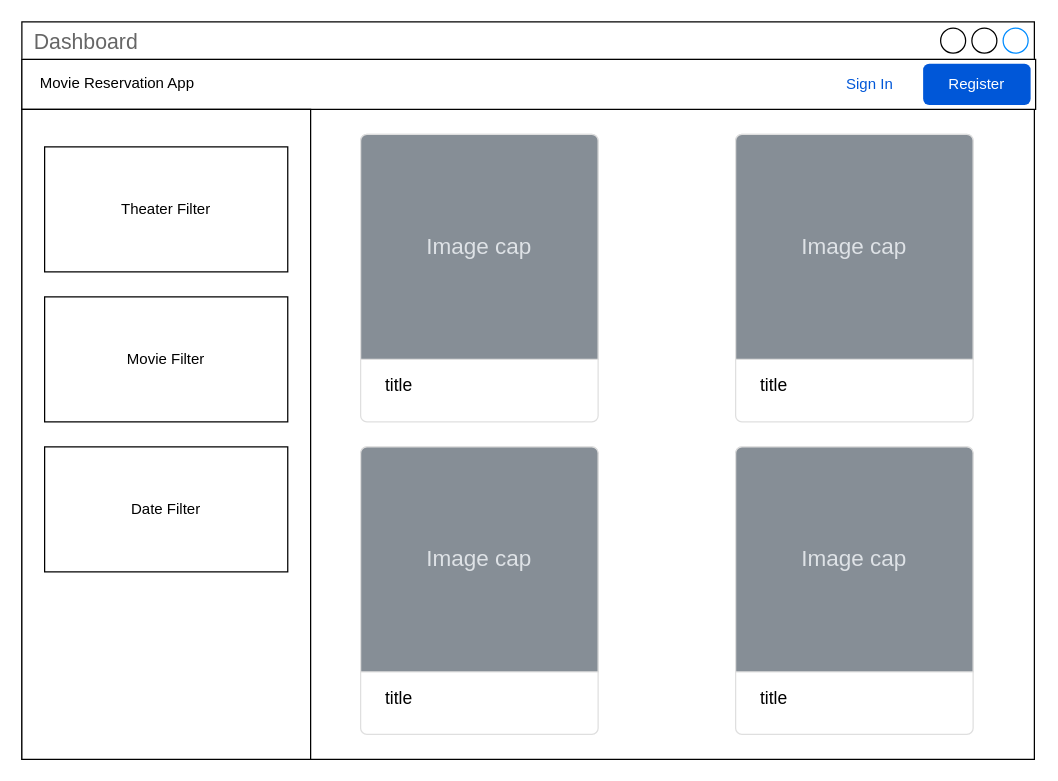
Above: page "dashboard" (3 of 5) of docs/wireframe.drawio in jdelreyes/movie-reservation-angular (draw.io), before the change. Source tidied: cells renumbered, new cells numbered last; positions are measured from the earlier drawing's top-left corner, leaving out a move shared by most shapes. Both pictures are drawn from the tidied source at 125%, with x=0, y=0 at pixel (21, 21).
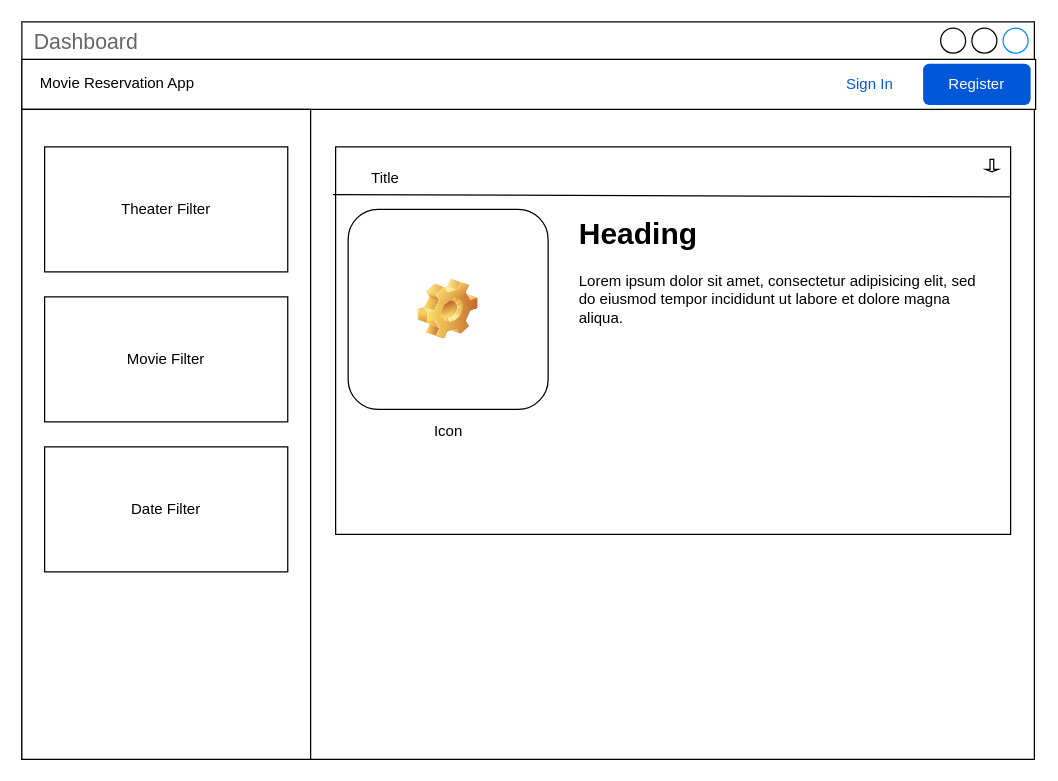
Above is the later version.

Change to the diagram source:
```diff
@@
 <mxGraphModel>
   <root>
     <mxCell id="0" />
     <mxCell id="1" parent="0" />
     <mxCell id="2" value="Dashboard" style="strokeWidth=1;shadow=0;dashed=0;align=center;html=1;shape=mxgraph.mockup.containers.window;align=left;verticalAlign=top;spacingLeft=8;strokeColor2=#008cff;strokeColor3=#c4c4c4;fontColor=#666666;mainText=;fontSize=17;labelBackgroundColor=none;whiteSpace=wrap;" parent="1" vertex="1">
       <mxGeometry width="810" height="590" as="geometry" />
     </mxCell>
     <mxCell id="3" style="rounded=0;whiteSpace=wrap;html=1;" parent="1" vertex="1">
       <mxGeometry y="30" width="811" height="40" as="geometry" />
     </mxCell>
     <mxCell id="4" value="Register" style="rounded=1;fillColor=#0057D8;strokeColor=none;html=1;whiteSpace=wrap;fontColor=#ffffff;align=center;verticalAlign=middle;fontStyle=0;fontSize=12;sketch=0;" parent="1" vertex="1">
       <mxGeometry x="721" y="33.5" width="86" height="33" as="geometry" />
     </mxCell>
     <mxCell id="5" value="Sign In" style="fillColor=none;strokeColor=none;html=1;fontColor=#0057D8;align=center;verticalAlign=middle;fontStyle=0;fontSize=12;" parent="1" vertex="1">
       <mxGeometry x="635" y="33.5" width="86" height="33" as="geometry" />
     </mxCell>
     <mxCell id="6" value="Movie Reservation App" style="text;html=1;align=center;verticalAlign=middle;whiteSpace=wrap;rounded=0;" parent="1" vertex="1">
       <mxGeometry x="11" y="33.5" width="131" height="30" as="geometry" />
     </mxCell>
     <mxCell id="7" style="rounded=0;whiteSpace=wrap;html=1;" parent="1" vertex="1">
       <mxGeometry y="70" width="231" height="520" as="geometry" />
     </mxCell>
     <mxCell id="8" value="Theater Filter" style="rounded=0;whiteSpace=wrap;html=1;" parent="1" vertex="1">
       <mxGeometry x="18.2" y="100" width="194.5" height="100" as="geometry" />
     </mxCell>
     <mxCell id="9" value="Movie Filter" style="rounded=0;whiteSpace=wrap;html=1;" parent="1" vertex="1">
       <mxGeometry x="18.2" y="220" width="194.5" height="100" as="geometry" />
     </mxCell>
     <mxCell id="10" value="Date Filter" style="rounded=0;whiteSpace=wrap;html=1;" parent="1" vertex="1">
       <mxGeometry x="18.2" y="340" width="194.5" height="100" as="geometry" />
     </mxCell>
-    <mxCell id="11" value="title" style="html=1;shadow=0;dashed=0;shape=mxgraph.bootstrap.rrect;rSize=5;strokeColor=#DFDFDF;html=1;whiteSpace=wrap;fillColor=#ffffff;fontColor=#000000;verticalAlign=bottom;align=left;spacing=20;fontSize=14;" parent="1" vertex="1">
-      <mxGeometry x="271" y="90" width="190" height="230" as="geometry" />
-    </mxCell>
-    <mxCell id="12" value="Image cap" style="html=1;shadow=0;dashed=0;shape=mxgraph.bootstrap.topButton;rSize=5;perimeter=none;whiteSpace=wrap;fillColor=#868E96;strokeColor=#DFDFDF;fontColor=#DEE2E6;fontSize=18;" parent="11" vertex="1">
-      <mxGeometry width="190" height="180" relative="1" as="geometry" />
-    </mxCell>
-    <mxCell id="13" value="title" style="html=1;shadow=0;dashed=0;shape=mxgraph.bootstrap.rrect;rSize=5;strokeColor=#DFDFDF;html=1;whiteSpace=wrap;fillColor=#ffffff;fontColor=#000000;verticalAlign=bottom;align=left;spacing=20;fontSize=14;" parent="1" vertex="1">
-      <mxGeometry x="571" y="90" width="190" height="230" as="geometry" />
-    </mxCell>
-    <mxCell id="14" value="Image cap" style="html=1;shadow=0;dashed=0;shape=mxgraph.bootstrap.topButton;rSize=5;perimeter=none;whiteSpace=wrap;fillColor=#868E96;strokeColor=#DFDFDF;fontColor=#DEE2E6;fontSize=18;" parent="13" vertex="1">
-      <mxGeometry width="190" height="180" relative="1" as="geometry" />
-    </mxCell>
-    <mxCell id="15" value="title" style="html=1;shadow=0;dashed=0;shape=mxgraph.bootstrap.rrect;rSize=5;strokeColor=#DFDFDF;html=1;whiteSpace=wrap;fillColor=#ffffff;fontColor=#000000;verticalAlign=bottom;align=left;spacing=20;fontSize=14;" parent="1" vertex="1">
-      <mxGeometry x="271" y="340" width="190" height="230" as="geometry" />
-    </mxCell>
-    <mxCell id="16" value="Image cap" style="html=1;shadow=0;dashed=0;shape=mxgraph.bootstrap.topButton;rSize=5;perimeter=none;whiteSpace=wrap;fillColor=#868E96;strokeColor=#DFDFDF;fontColor=#DEE2E6;fontSize=18;" parent="15" vertex="1">
-      <mxGeometry width="190" height="180" relative="1" as="geometry" />
-    </mxCell>
-    <mxCell id="17" value="title" style="html=1;shadow=0;dashed=0;shape=mxgraph.bootstrap.rrect;rSize=5;strokeColor=#DFDFDF;html=1;whiteSpace=wrap;fillColor=#ffffff;fontColor=#000000;verticalAlign=bottom;align=left;spacing=20;fontSize=14;" parent="1" vertex="1">
-      <mxGeometry x="571" y="340" width="190" height="230" as="geometry" />
-    </mxCell>
-    <mxCell id="18" value="Image cap" style="html=1;shadow=0;dashed=0;shape=mxgraph.bootstrap.topButton;rSize=5;perimeter=none;whiteSpace=wrap;fillColor=#868E96;strokeColor=#DFDFDF;fontColor=#DEE2E6;fontSize=18;" parent="17" vertex="1">
-      <mxGeometry width="190" height="180" relative="1" as="geometry" />
-    </mxCell>
+    <mxCell id="19" style="rounded=0;whiteSpace=wrap;html=1;" parent="1" vertex="1">
+      <mxGeometry x="251" y="100" width="540" height="310" as="geometry" />
+    </mxCell>
+    <mxCell id="20" style="shape=singleArrow;direction=south;whiteSpace=wrap;html=1;" parent="1" vertex="1">
+      <mxGeometry x="771" y="110" width="10" height="10" as="geometry" />
+    </mxCell>
+    <mxCell id="21" value="Icon" style="icon;html=1;image=img/clipart/Gear_128x128.png;" parent="1" vertex="1">
+      <mxGeometry x="261" y="150" width="160" height="160" as="geometry" />
+    </mxCell>
+    <mxCell id="22" value="Title" style="text;html=1;strokeColor=none;fillColor=none;align=center;verticalAlign=middle;whiteSpace=wrap;rounded=0;" parent="1" vertex="1">
+      <mxGeometry x="261" y="110" width="60" height="30" as="geometry" />
+    </mxCell>
+    <mxCell id="23" style="endArrow=none;html=1;exitX=-0.004;exitY=0.123;exitDx=0;exitDy=0;exitPerimeter=0;" parent="1" edge="1" source="19">
+      <mxGeometry relative="1" as="geometry">
+        <mxPoint x="791" y="140" as="targetPoint" />
+      </mxGeometry>
+    </mxCell>
+    <mxCell id="24" value="&lt;h1&gt;Heading&lt;/h1&gt;&lt;p&gt;Lorem ipsum dolor sit amet, consectetur adipisicing elit, sed do eiusmod tempor incididunt ut labore et dolore magna aliqua.&lt;/p&gt;" style="text;html=1;strokeColor=none;fillColor=none;spacing=5;spacingTop=-20;whiteSpace=wrap;overflow=hidden;rounded=0;" parent="1" vertex="1">
+      <mxGeometry x="441" y="150" width="330" height="120" as="geometry" />
+    </mxCell>
   </root>
 </mxGraphModel>
```
